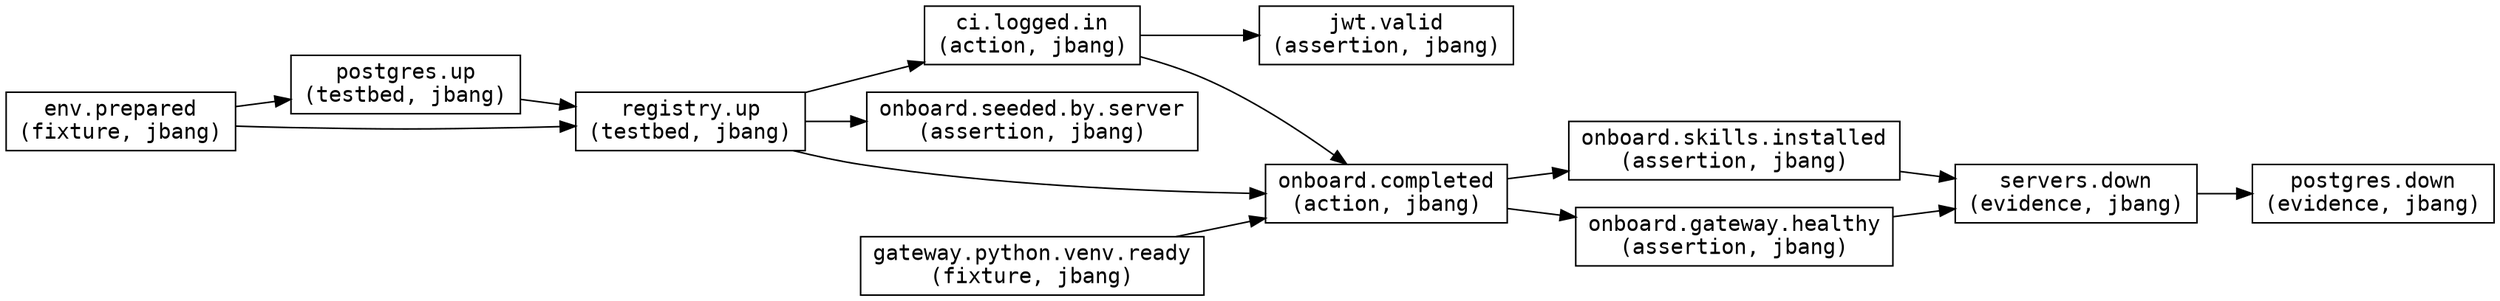
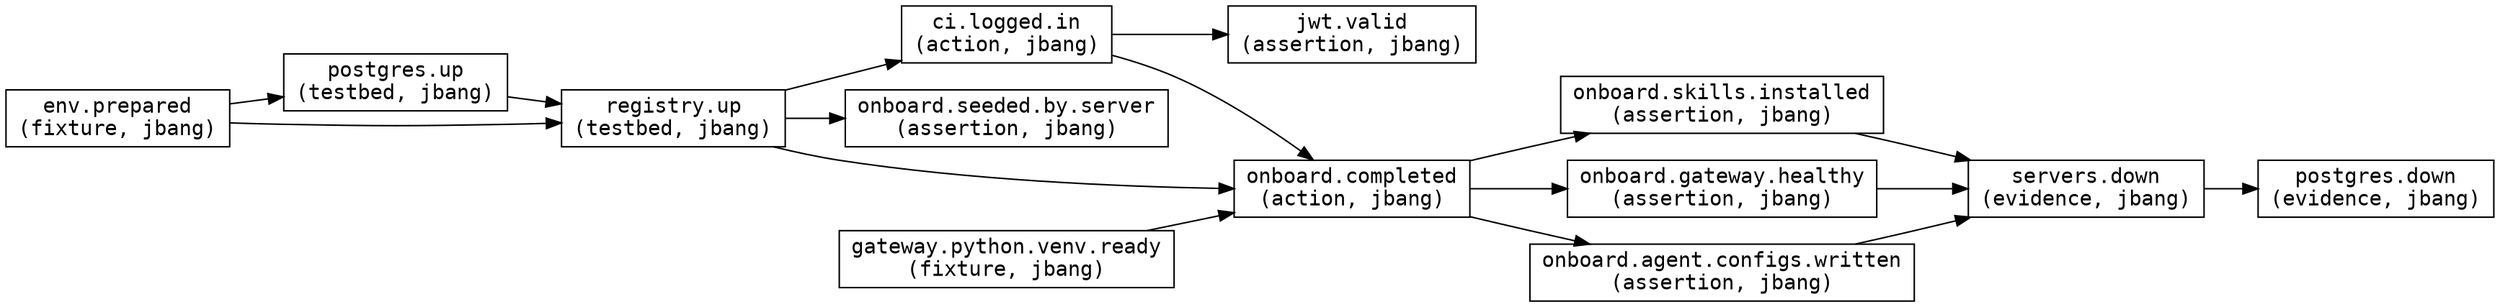
digraph "onboard" {
  rankdir=LR;
  node [shape=box,fontname="Courier"];
  "env.prepared" [label="env.prepared\n(fixture, jbang)"];
  "gateway.python.venv.ready" [label="gateway.python.venv.ready\n(fixture, jbang)"];
  "postgres.up" [label="postgres.up\n(testbed, jbang)"];
  "registry.up" [label="registry.up\n(testbed, jbang)"];
  "ci.logged.in" [label="ci.logged.in\n(action, jbang)"];
  "jwt.valid" [label="jwt.valid\n(assertion, jbang)"];
  "onboard.seeded.by.server" [label="onboard.seeded.by.server\n(assertion, jbang)"];
  "onboard.completed" [label="onboard.completed\n(action, jbang)"];
  "onboard.skills.installed" [label="onboard.skills.installed\n(assertion, jbang)"];
  "onboard.gateway.healthy" [label="onboard.gateway.healthy\n(assertion, jbang)"];
+   "onboard.agent.configs.written" [label="onboard.agent.configs.written\n(assertion, jbang)"];
  "servers.down" [label="servers.down\n(evidence, jbang)"];
  "postgres.down" [label="postgres.down\n(evidence, jbang)"];
  "env.prepared" -> "postgres.up";
  "env.prepared" -> "registry.up";
  "postgres.up" -> "registry.up";
  "registry.up" -> "ci.logged.in";
  "ci.logged.in" -> "jwt.valid";
  "registry.up" -> "onboard.seeded.by.server";
  "registry.up" -> "onboard.completed";
  "ci.logged.in" -> "onboard.completed";
  "gateway.python.venv.ready" -> "onboard.completed";
  "onboard.completed" -> "onboard.skills.installed";
  "onboard.completed" -> "onboard.gateway.healthy";
+   "onboard.completed" -> "onboard.agent.configs.written";
  "onboard.skills.installed" -> "servers.down";
  "onboard.gateway.healthy" -> "servers.down";
+   "onboard.agent.configs.written" -> "servers.down";
  "servers.down" -> "postgres.down";
}
